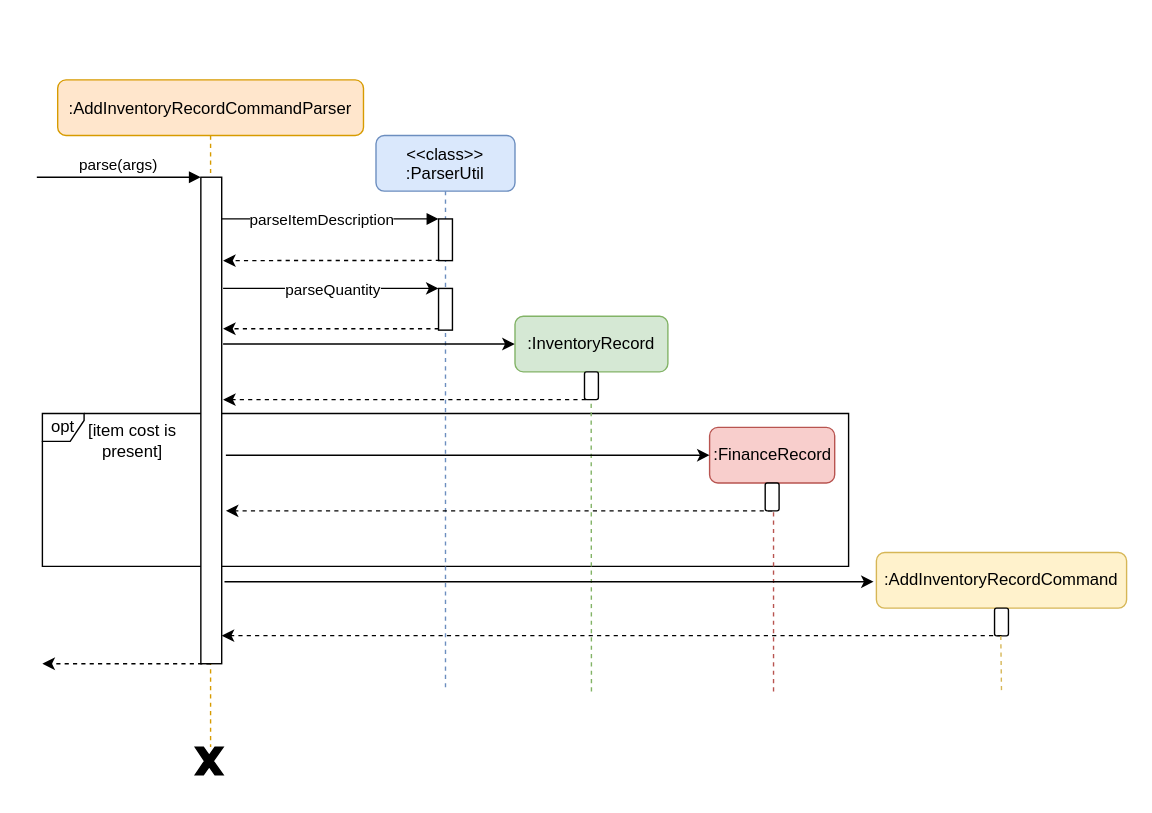
nus-cs2103-AY2021S1/tp keeps this draw.io diagram as docs/diagrams/logic/AddInventoryRecordSequenceDiagram.drawio. Above is the earlier version. Source tidied: cells renumbered, new cells numbered last; positions are measured from the earlier drawing's top-left corner, leaving out a move shared by most shapes. Both pictures are drawn from the tidied source at 139%, with x=0, y=0 at pixel (36, 79).
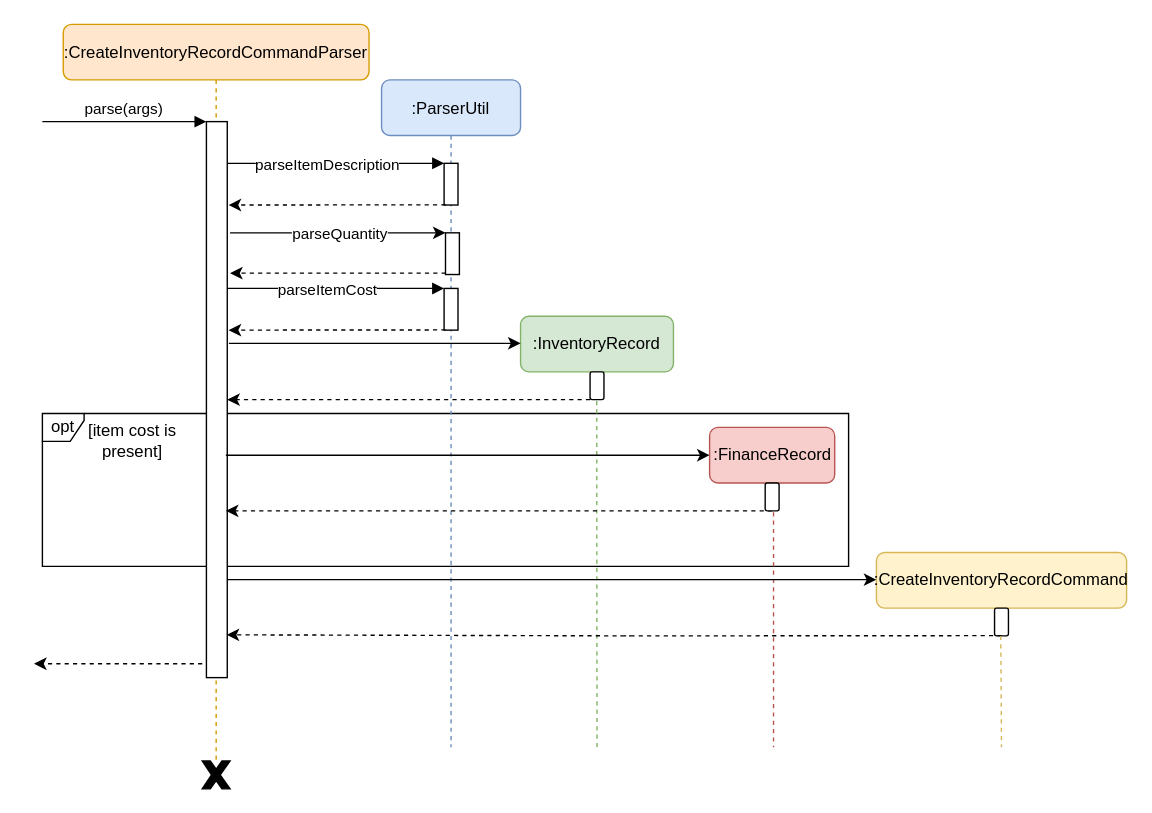
Above is the later version.

The change refers to these unchanged cells:
```xml
<mxCell id="7" style="points=[];perimeter=orthogonalPerimeter;rounded=0;shadow=0;strokeWidth=1;" parent="6" vertex="1">
  <mxGeometry x="45" y="60" width="10" height="30" as="geometry" />
</mxCell>
<mxCell id="23" style="html=1;points=[];perimeter=orthogonalPerimeter;rounded=1;strokeColor=#000000;gradientColor=none;" parent="1" vertex="1">
  <mxGeometry x="524" y="290" width="10" height="20" as="geometry" />
</mxCell>
<mxCell id="28" style="html=1;points=[];perimeter=orthogonalPerimeter;rounded=1;strokeColor=#000000;gradientColor=none;" parent="1" vertex="1">
  <mxGeometry x="689" y="380" width="10" height="20" as="geometry" />
</mxCell>
```

Diff of the diagram source:
```diff
@@
-    <mxCell id="3" value=":AddInventoryRecordCommandParser" style="shape=umlLifeline;perimeter=lifelinePerimeter;rounded=1;shadow=0;strokeWidth=1;fillColor=#ffe6cc;strokeColor=#d79b00;" parent="1" vertex="1">
-      <mxGeometry x="15" width="220" height="480" as="geometry" />
+    <mxCell id="3" value=":CreateInventoryRecordCommandParser" style="shape=umlLifeline;perimeter=lifelinePerimeter;rounded=1;shadow=0;strokeWidth=1;fillColor=#ffe6cc;strokeColor=#d79b00;" parent="1" vertex="1">
+      <mxGeometry x="19" y="-40" width="220" height="530" as="geometry" />
     </mxCell>
     <mxCell id="4" style="points=[];perimeter=orthogonalPerimeter;rounded=0;shadow=0;strokeWidth=1;" parent="3" vertex="1">
-      <mxGeometry x="103" y="70" width="15" height="350" as="geometry" />
+      <mxGeometry x="103" y="70" width="15" height="400" as="geometry" />
     </mxCell>
@@
-    <mxCell id="6" value="&lt;&lt;class&gt;&gt;&#10;:ParserUtil" style="shape=umlLifeline;perimeter=lifelinePerimeter;rounded=1;shadow=0;strokeWidth=1;size=40;fillColor=#dae8fc;strokeColor=#6c8ebf;" parent="1" vertex="1">
-      <mxGeometry x="244" y="40" width="100" height="400" as="geometry" />
+    <mxCell id="6" value=":ParserUtil" style="shape=umlLifeline;perimeter=lifelinePerimeter;rounded=1;shadow=0;strokeWidth=1;size=40;fillColor=#dae8fc;strokeColor=#6c8ebf;" parent="1" vertex="1">
+      <mxGeometry x="248" width="100" height="480" as="geometry" />
     </mxCell>
@@
     <mxCell id="8" style="points=[];perimeter=orthogonalPerimeter;rounded=0;shadow=0;strokeWidth=1;" parent="6" vertex="1">
-      <mxGeometry x="45" y="110" width="10" height="30" as="geometry" />
+      <mxGeometry x="46" y="110" width="10" height="30" as="geometry" />
     </mxCell>
+    <mxCell id="34" style="points=[];perimeter=orthogonalPerimeter;rounded=0;shadow=0;strokeWidth=1;" parent="6" vertex="1">
+      <mxGeometry x="45" y="150" width="10" height="30" as="geometry" />
+    </mxCell>
+    <mxCell id="35" style="verticalAlign=bottom;endArrow=block;shadow=0;strokeWidth=1;" parent="6" edge="1" target="34">
+      <mxGeometry relative="1" as="geometry">
+        <mxPoint x="-111" y="150" as="sourcePoint" />
+        <Array as="points">
+          <mxPoint x="-20" y="150" />
+        </Array>
+      </mxGeometry>
+    </mxCell>
+    <mxCell id="36" value="parseItemCost" style="edgeLabel;html=1;align=center;verticalAlign=middle;" parent="35" vertex="1">
+      <mxGeometry x="0.16" y="-19" relative="1" as="geometry">
+        <mxPoint x="-19" y="-19" as="offset" />
+      </mxGeometry>
+    </mxCell>
+    <mxCell id="37" style="endArrow=classic;html=1;dashed=1;exitX=0.1;exitY=0.995;exitDx=0;exitDy=0;exitPerimeter=0;" parent="6" edge="1" source="34">
+      <mxGeometry relative="1" as="geometry">
+        <mxPoint x="-110" y="180" as="targetPoint" />
+      </mxGeometry>
+    </mxCell>
     <mxCell id="9" style="verticalAlign=bottom;endArrow=block;shadow=0;strokeWidth=1;" parent="1" edge="1" source="4" target="7">
       <mxGeometry relative="1" as="geometry">
         <Array as="points">
-          <mxPoint x="224" y="100" />
+          <mxPoint x="228" y="60" />
         </Array>
       </mxGeometry>
     </mxCell>
@@
     <mxCell id="11" style="endArrow=classic;html=1;dashed=1;exitX=0.1;exitY=0.995;exitDx=0;exitDy=0;exitPerimeter=0;" parent="1" edge="1" source="7">
       <mxGeometry relative="1" as="geometry">
-        <mxPoint x="134" y="130" as="targetPoint" />
+        <mxPoint x="138" y="90" as="targetPoint" />
       </mxGeometry>
     </mxCell>
     <mxCell id="12" style="endArrow=classic;html=1;" parent="1" edge="1" target="8">
       <mxGeometry relative="1" as="geometry">
-        <mxPoint x="134" y="150" as="sourcePoint" />
+        <mxPoint x="139" y="110" as="sourcePoint" />
         <Array as="points">
-          <mxPoint x="264" y="150" />
+          <mxPoint x="269" y="110" />
         </Array>
       </mxGeometry>
     </mxCell>
@@
     <mxCell id="14" style="endArrow=classic;html=1;exitX=0.02;exitY=0.967;exitDx=0;exitDy=0;exitPerimeter=0;dashed=1;" parent="1" edge="1" source="8">
       <mxGeometry relative="1" as="geometry">
-        <mxPoint x="134" y="179" as="targetPoint" />
+        <mxPoint x="139" y="139" as="targetPoint" />
       </mxGeometry>
     </mxCell>
     <mxCell id="15" value=":InventoryRecord" style="rounded=1;whiteSpace=wrap;html=1;strokeColor=#82b366;fillColor=#d5e8d4;" parent="1" vertex="1">
-      <mxGeometry x="344" y="170" width="110" height="40" as="geometry" />
+      <mxGeometry x="348" y="170" width="110" height="40" as="geometry" />
     </mxCell>
-    <mxCell id="16" style="html=1;points=[];perimeter=orthogonalPerimeter;rounded=1;strokeColor=#000000;gradientColor=none;" parent="1" vertex="1">
-      <mxGeometry x="394" y="210" width="10" height="20" as="geometry" />
-    </mxCell>
     <mxCell id="17" style="endArrow=classic;html=1;" parent="1" edge="1">
       <mxGeometry relative="1" as="geometry">
-        <mxPoint x="134" y="190" as="sourcePoint" />
-        <mxPoint x="343.8" y="190" as="targetPoint" />
+        <mxPoint x="138.2" y="189.5" as="sourcePoint" />
+        <mxPoint x="348" y="189.5" as="targetPoint" />
         <Array as="points">
-          <mxPoint x="318.8" y="190" />
+          <mxPoint x="323" y="189.5" />
         </Array>
       </mxGeometry>
     </mxCell>
     <mxCell id="18" style="endArrow=classic;html=1;dashed=1;" parent="1" edge="1">
       <mxGeometry relative="1" as="geometry">
-        <mxPoint x="395" y="230" as="sourcePoint" />
-        <mxPoint x="134" y="230" as="targetPoint" />
+        <mxPoint x="398" y="230" as="sourcePoint" />
+        <mxPoint x="137" y="230" as="targetPoint" />
       </mxGeometry>
     </mxCell>
-    <mxCell id="19" style="endArrow=none;dashed=1;html=1;strokeColor=#82b366;entryX=0.48;entryY=1.01;entryDx=0;entryDy=0;entryPerimeter=0;fillColor=#d5e8d4;" parent="1" edge="1" target="16">
+    <mxCell id="19" style="endArrow=none;dashed=1;html=1;strokeColor=#82b366;entryX=0.48;entryY=1.01;entryDx=0;entryDy=0;entryPerimeter=0;fillColor=#d5e8d4;" parent="1" edge="1">
       <mxGeometry relative="1" as="geometry">
-        <mxPoint x="399" y="440" as="sourcePoint" />
+        <mxPoint x="403" y="480" as="sourcePoint" />
+        <mxPoint x="402.8" y="230.2" as="targetPoint" />
       </mxGeometry>
     </mxCell>
@@
     <mxCell id="26" style="endArrow=none;dashed=1;html=1;strokeColor=#b85450;exitX=0.6;exitY=1.05;exitDx=0;exitDy=0;exitPerimeter=0;fillColor=#f8cecc;" parent="1" edge="1" source="23">
       <mxGeometry relative="1" as="geometry">
-        <mxPoint x="530" y="440" as="targetPoint" />
+        <mxPoint x="530" y="480" as="targetPoint" />
       </mxGeometry>
     </mxCell>
-    <mxCell id="27" value=":AddInventoryRecordCommand" style="rounded=1;whiteSpace=wrap;html=1;strokeColor=#d6b656;fillColor=#fff2cc;" parent="1" vertex="1">
+    <mxCell id="27" value=":CreateInventoryRecordCommand" style="rounded=1;whiteSpace=wrap;html=1;strokeColor=#d6b656;fillColor=#fff2cc;" parent="1" vertex="1">
       <mxGeometry x="604" y="340" width="180" height="40" as="geometry" />
     </mxCell>
@@
-    <mxCell id="29" style="endArrow=classic;html=1;dashed=1;strokeColor=#000000;exitX=0.5;exitY=0.99;exitDx=0;exitDy=0;exitPerimeter=0;" parent="1" edge="1" source="28" target="4">
-      <mxGeometry relative="1" as="geometry" />
+    <mxCell id="29" style="endArrow=classic;html=1;dashed=1;strokeColor=#000000;exitX=0.5;exitY=0.99;exitDx=0;exitDy=0;exitPerimeter=0;entryX=0.97;entryY=0.923;entryDx=0;entryDy=0;entryPerimeter=0;" parent="1" edge="1" source="28" target="4">
+      <mxGeometry relative="1" as="geometry">
+        <Array as="points">
+          <mxPoint x="414" y="400" />
+          <mxPoint x="434" y="400" />
+        </Array>
+      </mxGeometry>
     </mxCell>
     <mxCell id="30" style="endArrow=classic;html=1;strokeColor=#000000;" parent="1" edge="1">
       <mxGeometry relative="1" as="geometry">
-        <mxPoint x="135" y="361" as="sourcePoint" />
-        <mxPoint x="602" y="361" as="targetPoint" />
+        <mxPoint x="137" y="359.5" as="sourcePoint" />
+        <mxPoint x="604" y="359.5" as="targetPoint" />
       </mxGeometry>
     </mxCell>
     <mxCell id="31" style="verticalLabelPosition=bottom;verticalAlign=top;html=1;shape=mxgraph.basic.x;rounded=1;strokeColor=#000000;gradientColor=none;fillColor=#000000;" parent="1" vertex="1">
-      <mxGeometry x="114" y="480" width="20" height="20" as="geometry" />
+      <mxGeometry x="119" y="490" width="20" height="20" as="geometry" />
     </mxCell>
     <mxCell id="32" style="endArrow=classic;html=1;dashed=1;" parent="1" edge="1">
       <mxGeometry relative="1" as="geometry">
-        <mxPoint x="125" y="420" as="sourcePoint" />
-        <mxPoint x="4" y="420" as="targetPoint" />
+        <mxPoint x="119" y="420" as="sourcePoint" />
+        <mxPoint x="-2" y="420" as="targetPoint" />
       </mxGeometry>
     </mxCell>
     <mxCell id="33" style="endArrow=none;dashed=1;html=1;strokeColor=#d6b656;exitX=0.6;exitY=1.05;exitDx=0;exitDy=0;exitPerimeter=0;fillColor=#fff2cc;" parent="1" edge="1">
       <mxGeometry relative="1" as="geometry">
         <mxPoint x="693.5" y="400" as="sourcePoint" />
-        <mxPoint x="694" y="440" as="targetPoint" />
+        <mxPoint x="694" y="480" as="targetPoint" />
       </mxGeometry>
     </mxCell>
+    <mxCell id="38" style="html=1;perimeter=orthogonalPerimeter;rounded=1;strokeColor=#000000;gradientColor=none;" parent="1" vertex="1">
+      <mxGeometry x="398" y="210" width="10" height="20" as="geometry" />
+    </mxCell>
```
